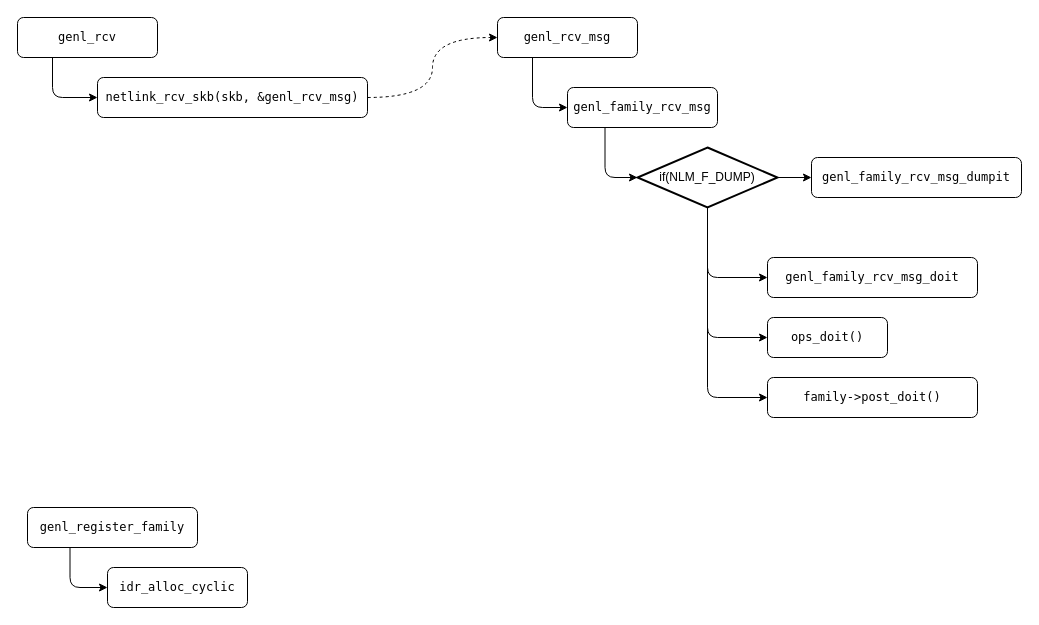
This is page "genl" (3 of 5) of Netlink.drawio from Aspiresky/draw.io, a draw.io file, before an edit. Source tidied: cells renumbered, new cells numbered last; positions are measured from the earlier drawing's top-left corner, leaving out a move shared by most shapes. Both pictures are drawn from the tidied source at 100%, with x=0, y=0 at pixel (17, 17).
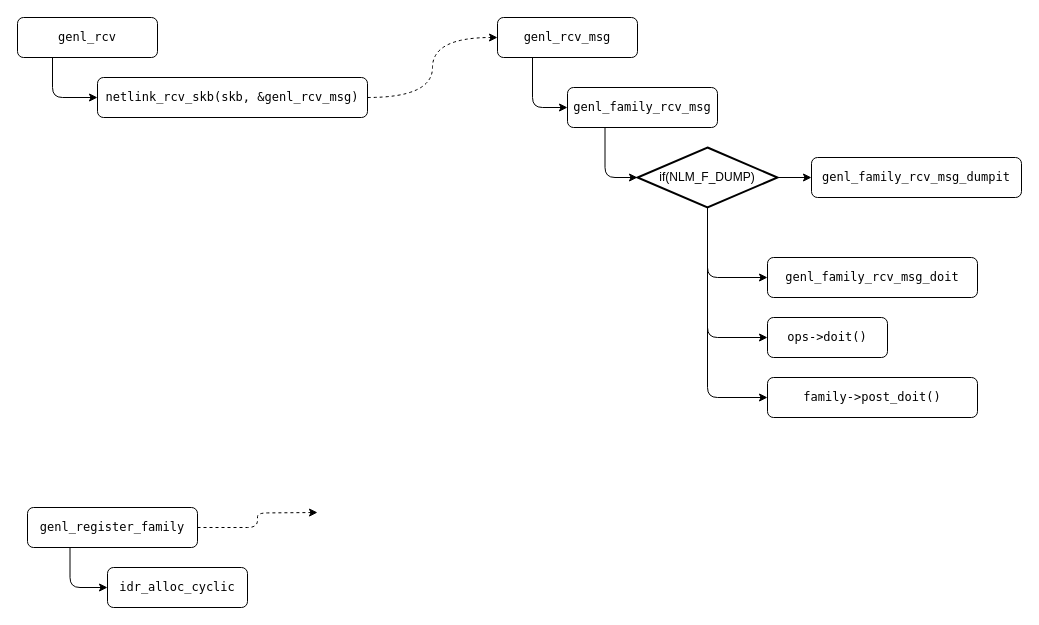
After the change.

Unchanged cells that the change refers to:
```xml
<mxCell id="21" value="genl_register_family" style="rounded=1;whiteSpace=wrap;html=1;fontFamily=Lucida Console;" parent="1" vertex="1">
  <mxGeometry x="10" y="490" width="170" height="40" as="geometry" />
</mxCell>
```

The edit, as a diff of the source:
```diff
@@
-    <mxCell id="18" value="ops_doit()" style="rounded=1;whiteSpace=wrap;html=1;fontFamily=Lucida Console;" parent="1" vertex="1">
+    <mxCell id="18" value="ops-&amp;gt;doit()" style="rounded=1;whiteSpace=wrap;html=1;fontFamily=Lucida Console;" parent="1" vertex="1">
       <mxGeometry x="750" y="300" width="120" height="40" as="geometry" />
     </mxCell>
@@
+    <mxCell id="22" style="edgeStyle=orthogonalEdgeStyle;rounded=1;jettySize=auto;html=1;exitX=1;exitY=0.5;exitDx=0;exitDy=0;entryX=0;entryY=0.5;entryDx=0;entryDy=0;curved=0;dashed=1;" parent="1" edge="1" source="21">
+      <mxGeometry relative="1" as="geometry">
+        <mxPoint x="300" y="495" as="targetPoint" />
+      </mxGeometry>
+    </mxCell>
```
